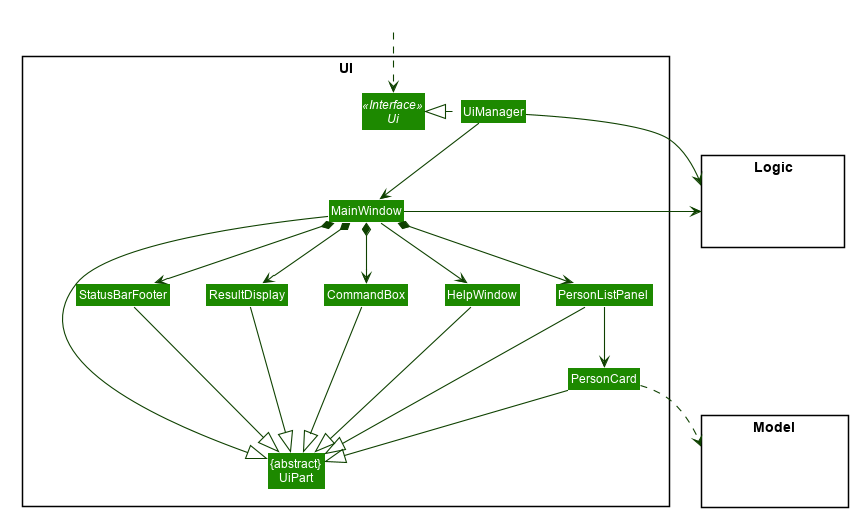
Above: docs/images/UiClassDiagram.png in nus-cs2103-AY2021S2/tp (PlantUML), before the change.
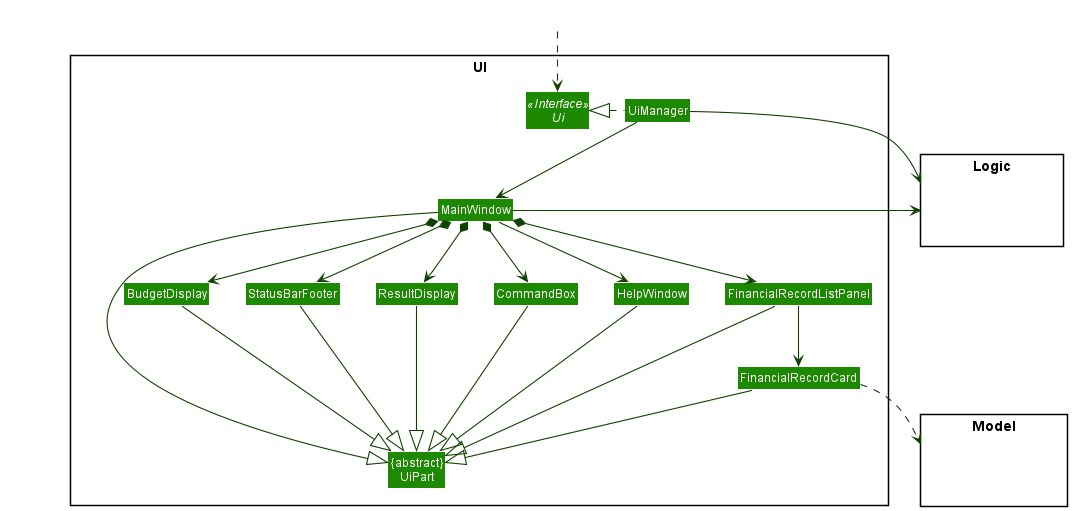
After the change.

Commit message:
Update UG with updated UI class diagram

Diff of the diagram source:
```diff
@@ -1,55 +1,8 @@
 @startuml
-
-
-
-
-
-
-
-
-skinparam BackgroundColor #FFFFFFF
-
-skinparam Shadowing false
-
-skinparam Class {
-    FontColor #FFFFFF
-    BorderThickness 1
-    BorderColor #FFFFFF
-    StereotypeFontColor #FFFFFF
-    FontName Arial
-}
-
-skinparam Actor {
-    BorderColor #000000
-    Color #000000
-    FontName Arial
-}
-
-skinparam Sequence {
-    MessageAlign center
-    BoxFontSize 15
-    BoxPadding 0
-    BoxFontColor #FFFFFF
-    FontName Arial
-}
-
-skinparam Participant {
-    FontColor #FFFFFFF
-    Padding 20
-}
-
-skinparam MinClassWidth 50
-skinparam ParticipantPadding 10
-skinparam Shadowing false
-skinparam DefaultTextAlignment center
-skinparam packageStyle Rectangle
-
-hide footbox
-hide members
-hide circle
+!include style.puml
 skinparam arrowThickness 1.1
-skinparam arrowColor #0E4100
-skinparam classBackgroundColor #1D8900
+skinparam arrowColor UI_COLOR_T4
+skinparam classBackgroundColor UI_COLOR
 
 package UI <<Rectangle>>{
 Interface Ui <<Interface>>
@@ -57,11 +10,12 @@
 Class UiManager
 Class MainWindow
 Class HelpWindow
+Class BudgetDisplay
+Class FinancialRecordListPanel
+Class FinancialRecordCard
+Class CommandBox
 Class ResultDisplay
-Class PersonListPanel
-Class PersonCard
 Class StatusBarFooter
-Class CommandBox
 }
 
 package Model <<Rectangle>> {
@@ -78,30 +32,33 @@
 UiManager .left.|> Ui
 UiManager -down-> MainWindow
 MainWindow --> HelpWindow
+MainWindow *-down-> BudgetDisplay
+MainWindow *-down-> FinancialRecordListPanel
 MainWindow *-down-> CommandBox
 MainWindow *-down-> ResultDisplay
-MainWindow *-down-> PersonListPanel
 MainWindow *-down-> StatusBarFooter
 
-PersonListPanel -down-> PersonCard
+FinancialRecordListPanel -down-> FinancialRecordCard
 
 MainWindow -left-|> UiPart
 
+HelpWindow -down-|> UiPart
+BudgetDisplay --|> UiPart
+FinancialRecordListPanel --|> UiPart
+FinancialRecordCard --|> UiPart
+CommandBox --|> UiPart
 ResultDisplay --|> UiPart
-CommandBox --|> UiPart
-PersonListPanel --|> UiPart
-PersonCard --|> UiPart
 StatusBarFooter --|> UiPart
-HelpWindow -down-|> UiPart
 
-PersonCard ..> Model
+FinancialRecordCard ..> Model
 UiManager -right-> Logic
 MainWindow -left-> Logic
 
-PersonListPanel -[hidden]left- HelpWindow
+FinancialRecordListPanel -[hidden]left- HelpWindow
 HelpWindow -[hidden]left- CommandBox
 CommandBox -[hidden]left- ResultDisplay
 ResultDisplay -[hidden]left- StatusBarFooter
+StatusBarFooter -[hidden]left- BudgetDisplay
 
 MainWindow -[hidden]-|> UiPart
 @enduml
```
